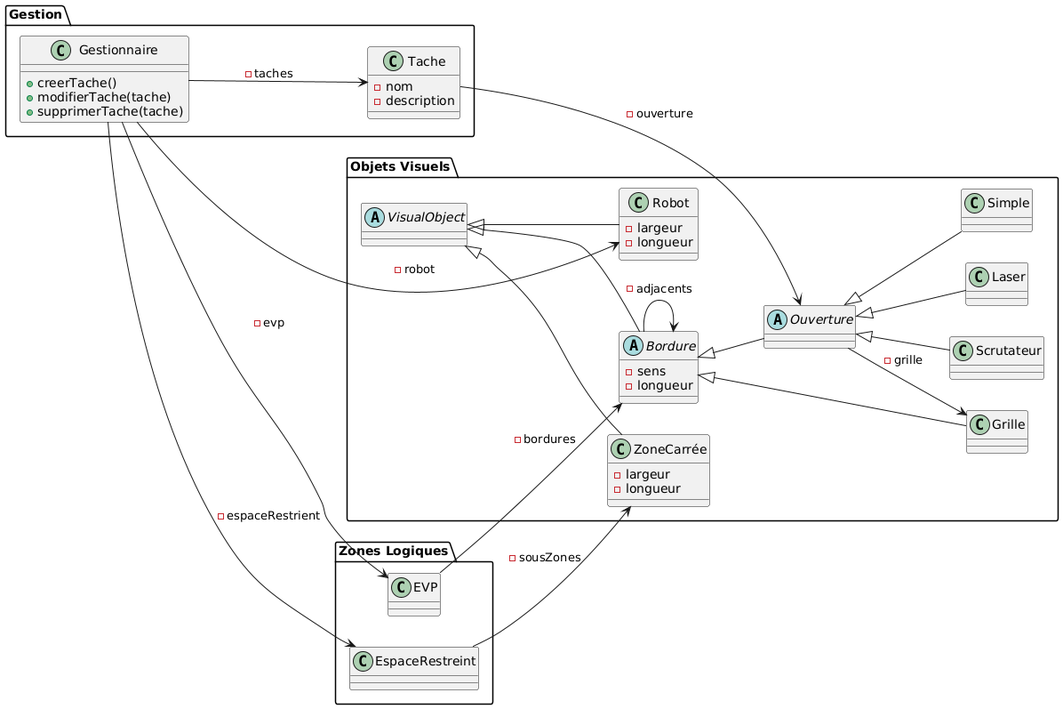
This is documents/diagrams/Class/class_diagram.png from Akip2/inrs-safety-configurator, a PlantUML export, as it was before one commit. Its diagram source:
```plantuml
@startuml
left to right direction

package "Objets Visuels" {
    abstract class VisualObject
    abstract class Bordure extends VisualObject {
        - sens
        - longueur
    }

    class Grille extends Bordure
    abstract class Ouverture extends Bordure
    class Scrutateur extends Ouverture
    class Laser extends Ouverture
    class Simple extends Ouverture

    class ZoneCarrée extends VisualObject {
        - largeur
        - longueur
    }

    class Robot extends VisualObject {
        - largeur
        - longueur
    }
}

package "Gestion" {
    class Gestionnaire {
        + creerTache()
        + modifierTache(tache)
        + supprimerTache(tache)
    }

    class Tache {
        - nom
        - description
    }
}

package "Zones Logiques" {
    class EVP
    class EspaceRestreint
}

Gestionnaire --> Tache : - taches
Gestionnaire --> Robot : - robot
Gestionnaire --> EVP : - evp
Gestionnaire --> EspaceRestreint : - espaceRestrient

Tache --> Ouverture : - ouverture
Ouverture --> Grille : - grille
Bordure --> Bordure : - adjacents
EVP --> Bordure : - bordures
EspaceRestreint --> ZoneCarrée : - sousZones
@enduml
```
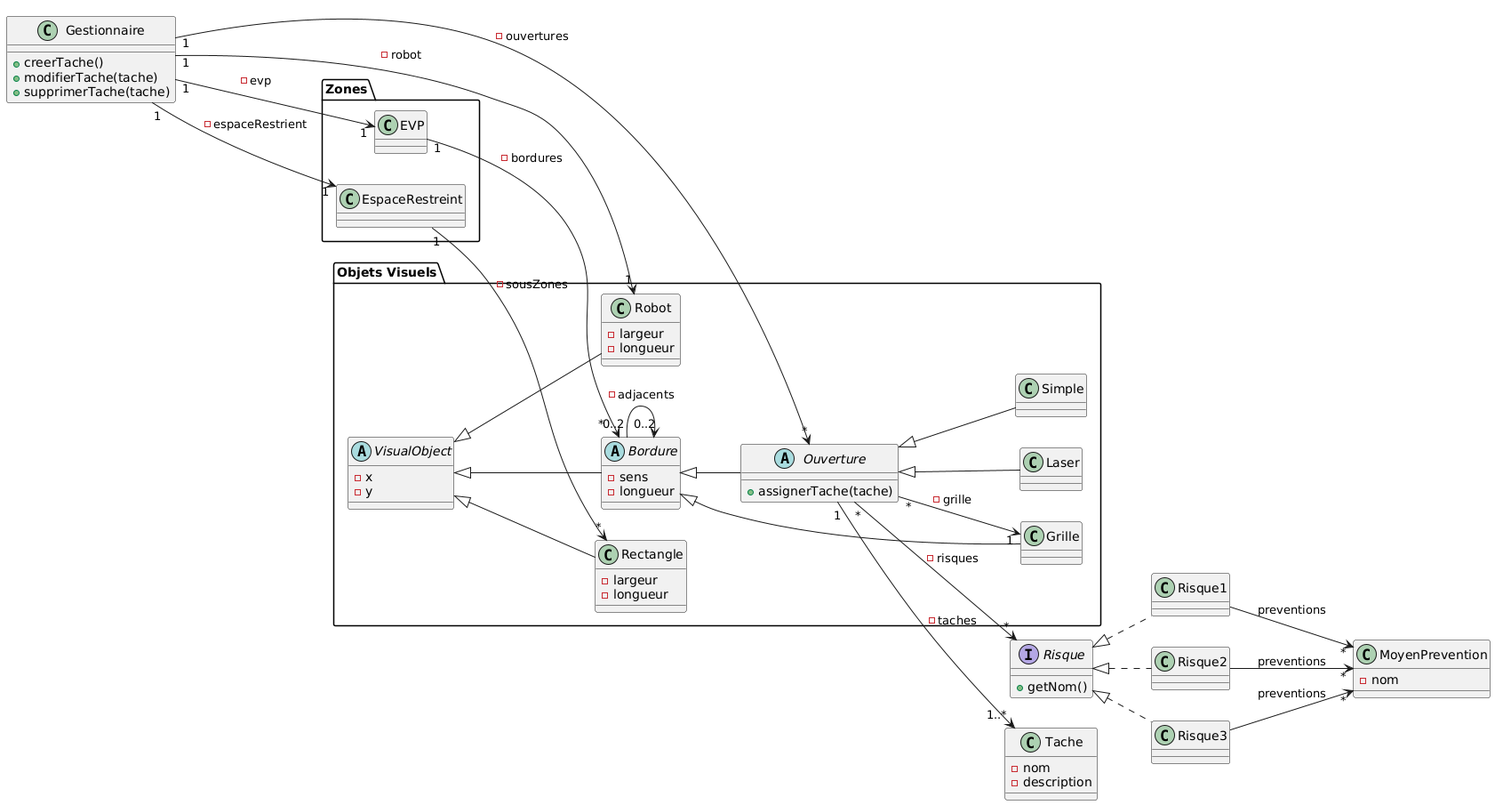
After the change.

Commit message:
Amélioration du diagramme de classe + planning

The edit, as a diff of the source:
```diff
@@ -2,19 +2,23 @@
 left to right direction
 
 package "Objets Visuels" {
-    abstract class VisualObject
+    abstract class VisualObject {
+        - x
+        - y
+    }
     abstract class Bordure extends VisualObject {
         - sens
         - longueur
     }
 
     class Grille extends Bordure
-    abstract class Ouverture extends Bordure
-    class Scrutateur extends Ouverture
+    abstract class Ouverture extends Bordure {
+        + assignerTache(tache)
+    }
     class Laser extends Ouverture
     class Simple extends Ouverture
 
-    class ZoneCarrée extends VisualObject {
+    class Rectangle extends VisualObject {
         - largeur
         - longueur
     }
@@ -25,32 +29,47 @@
     }
 }
 
-package "Gestion" {
     class Gestionnaire {
         + creerTache()
         + modifierTache(tache)
         + supprimerTache(tache)
     }
 
+    interface Risque {
+        + getNom()
+    }
+    class Risque1 implements Risque
+    class Risque2 implements Risque
+    class Risque3 implements Risque
+
+    class MoyenPrevention {
+        - nom
+    }
+
     class Tache {
         - nom
         - description
     }
-}
 
-package "Zones Logiques" {
-    class EVP
-    class EspaceRestreint
-}
+    package "Zones" {
+        class EVP
+        class EspaceRestreint
+    }
 
-Gestionnaire --> Tache : - taches
-Gestionnaire --> Robot : - robot
-Gestionnaire --> EVP : - evp
-Gestionnaire --> EspaceRestreint : - espaceRestrient
 
-Tache --> Ouverture : - ouverture
-Ouverture --> Grille : - grille
-Bordure --> Bordure : - adjacents
-EVP --> Bordure : - bordures
-EspaceRestreint --> ZoneCarrée : - sousZones
+Gestionnaire "1" --> "*" Ouverture : - ouvertures
+Gestionnaire "1" --> "1" Robot : - robot
+Gestionnaire "1" --> "1" EVP : - evp
+Gestionnaire "1" --> "1" EspaceRestreint : - espaceRestrient
+
+Ouverture "1" --> "1..*" Tache : - taches
+Ouverture "*" --> "1" Grille : - grille
+Ouverture "*" --> "*" Risque : - risques
+Bordure "0..2" -> "0..2" Bordure : - adjacents
+EVP "1" --> "*" Bordure : - bordures
+EspaceRestreint "1" --> "*" Rectangle : - sousZones
+
+Risque1 --> "*" MoyenPrevention : preventions
+Risque2 --> "*" MoyenPrevention : preventions
+Risque3 --> "*" MoyenPrevention : preventions
 @enduml
```
